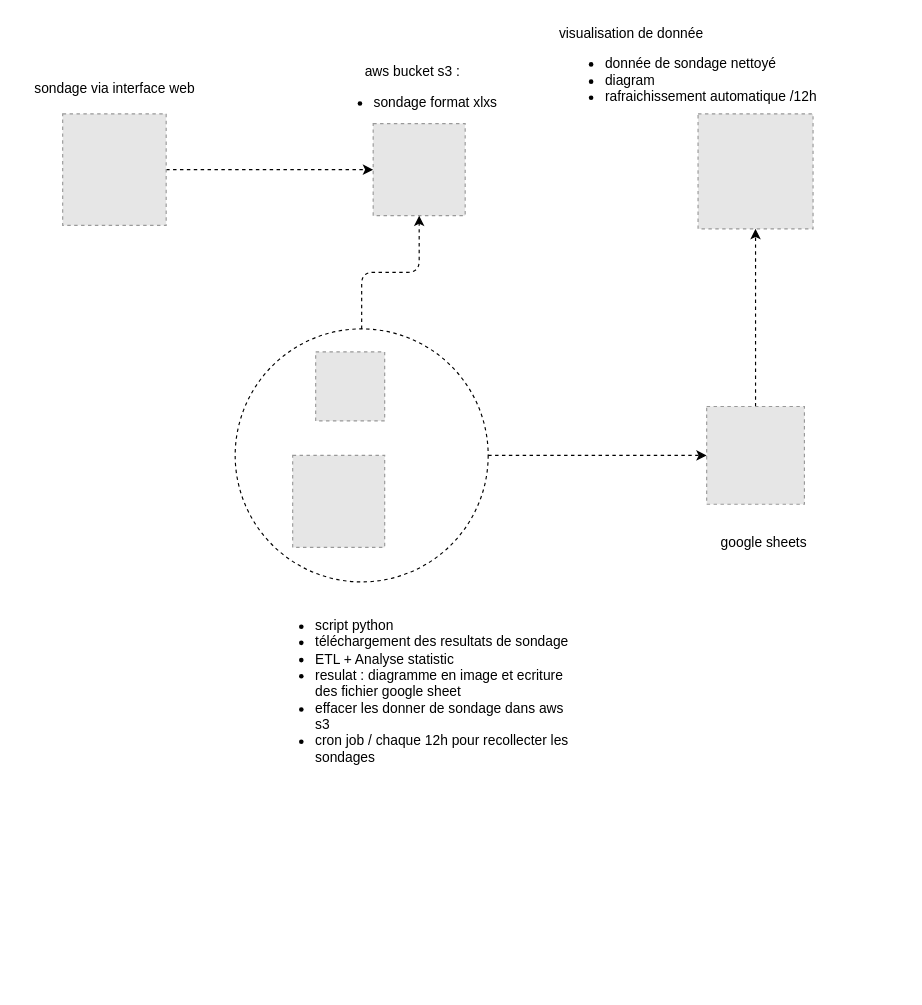
Earlier version of the draw.io diagram architecture.drawio (TsioryRasoloarijaona/preomotion_sondage). Source tidied: cells renumbered, new cells numbered last; positions are measured from the earlier drawing's top-left corner, leaving out a move shared by most shapes. Both pictures are drawn from the tidied source at 115%, with x=0, y=0 at pixel (18, 20). Pictures stored in the file or linked from it are replaced by grey dashed boxes.
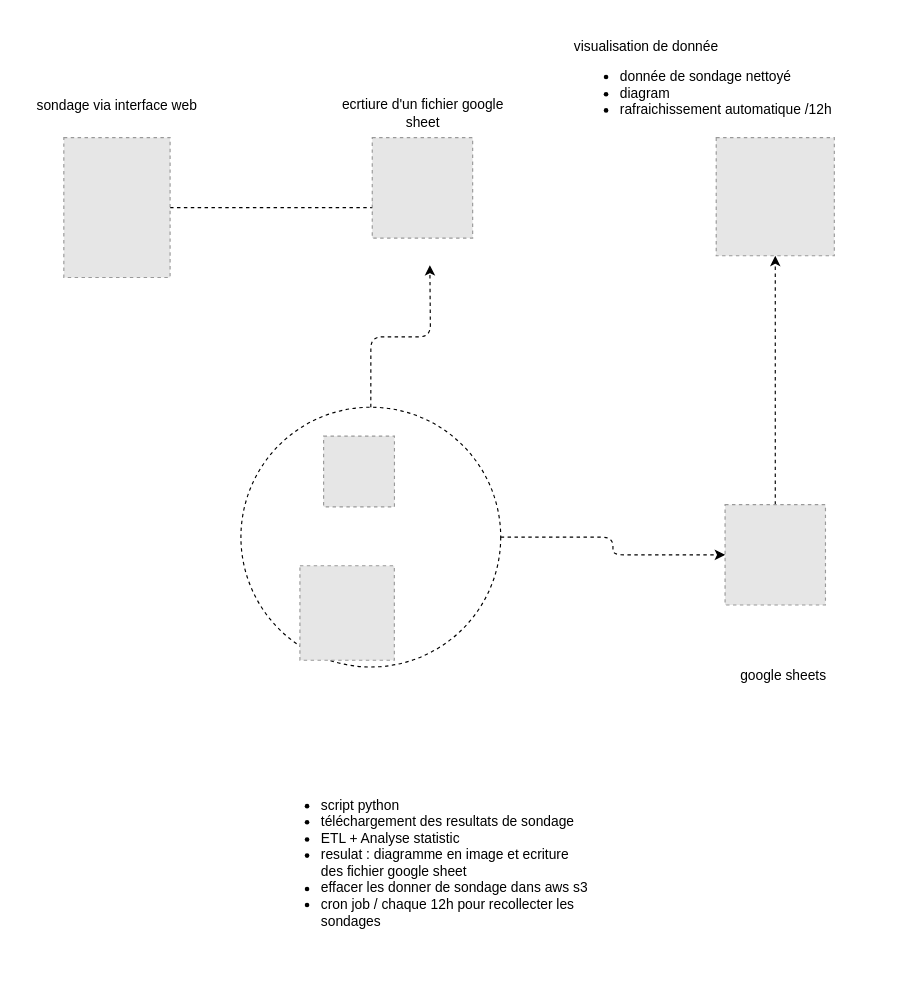
The same page after the edit.

What changed in the source:
```diff
@@
-<mxGraphModel>
+<mxGraphModel background="#ffffff">
@@
-    <mxCell id="2" style="group;" parent="1" vertex="1">
-      <mxGeometry x="0.5" width="747.5" height="670" as="geometry" />
+    <mxCell id="2" style="group;labelBackgroundColor=none;" parent="1" vertex="1">
+      <mxGeometry x="0.5" width="767.5" height="840" as="geometry" />
     </mxCell>
-    <mxCell id="3" style="fillColor=#E6E6E6;strokeColor=#999999;dashed=1;verticalLabelPosition=bottom;verticalAlign=top;" parent="2" vertex="1">
-      <mxGeometry x="307.5" y="90" width="80" height="80" as="geometry" />
-    </mxCell>
-    <mxCell id="4" style="edgeStyle=orthogonalEdgeStyle;html=1;exitX=1;exitY=0.5;exitDx=0;exitDy=0;entryX=0;entryY=0.5;entryDx=0;entryDy=0;dashed=1;" parent="2" edge="1" source="5" target="3">
-      <mxGeometry relative="1" as="geometry" />
+    <mxCell id="4" style="edgeStyle=orthogonalEdgeStyle;html=1;exitX=1;exitY=0.5;exitDx=0;exitDy=0;entryX=0;entryY=0.5;entryDx=0;entryDy=0;dashed=1;labelBackgroundColor=none;" parent="2" edge="1" source="5">
+      <mxGeometry relative="1" as="geometry">
+        <mxPoint x="315.7" y="163" as="targetPoint" />
+      </mxGeometry>
     </mxCell>
-    <mxCell id="5" style="fillColor=#E6E6E6;strokeColor=#999999;dashed=1;verticalLabelPosition=bottom;verticalAlign=top;" parent="2" vertex="1">
-      <mxGeometry x="37.5" y="81.5" width="90" height="97" as="geometry" />
+    <mxCell id="5" style="fillColor=#E6E6E6;strokeColor=#999999;dashed=1;verticalLabelPosition=bottom;verticalAlign=top;labelBackgroundColor=none;" parent="2" vertex="1">
+      <mxGeometry x="38.5" y="102.2" width="92.4" height="121.6" as="geometry" />
     </mxCell>
-    <mxCell id="6" style="group;" parent="2" vertex="1">
-      <mxGeometry x="187.5" y="268.5" width="220" height="220" as="geometry" />
+    <mxCell id="6" style="group;labelBackgroundColor=none;" parent="2" vertex="1">
+      <mxGeometry x="192.5" y="336.6" width="225.9" height="275.8" as="geometry" />
     </mxCell>
-    <mxCell id="7" style="ellipse;whiteSpace=wrap;html=1;fillColor=none;dashed=1;" parent="6" vertex="1">
-      <mxGeometry width="220" height="220" as="geometry" />
+    <mxCell id="7" style="ellipse;whiteSpace=wrap;html=1;fillColor=none;dashed=1;labelBackgroundColor=none;" parent="6" vertex="1">
+      <mxGeometry width="225.9" height="225.9" as="geometry" />
     </mxCell>
-    <mxCell id="8" style="fillColor=#E6E6E6;strokeColor=#999999;dashed=1;verticalLabelPosition=bottom;labelBackgroundColor=default;verticalAlign=top;" parent="6" vertex="1">
-      <mxGeometry x="70" y="20" width="60" height="60" as="geometry" />
+    <mxCell id="8" style="fillColor=#E6E6E6;strokeColor=#999999;dashed=1;verticalLabelPosition=bottom;labelBackgroundColor=none;verticalAlign=top;" parent="6" vertex="1">
+      <mxGeometry x="71.9" y="25.1" width="61.6" height="61.6" as="geometry" />
     </mxCell>
-    <mxCell id="9" style="fillColor=#E6E6E6;strokeColor=#999999;dashed=1;verticalLabelPosition=bottom;labelBackgroundColor=default;verticalAlign=top;" parent="6" vertex="1">
-      <mxGeometry x="50" y="110" width="80" height="80" as="geometry" />
+    <mxCell id="9" style="fillColor=#E6E6E6;strokeColor=#999999;dashed=1;verticalLabelPosition=bottom;labelBackgroundColor=none;verticalAlign=top;" parent="6" vertex="1">
+      <mxGeometry x="51.3" y="137.9" width="82.1" height="82.1" as="geometry" />
     </mxCell>
-    <mxCell id="10" style="edgeStyle=orthogonalEdgeStyle;html=1;exitX=0.5;exitY=0;exitDx=0;exitDy=0;entryX=0.5;entryY=1;entryDx=0;entryDy=0;dashed=1;" parent="2" edge="1" source="7" target="3">
-      <mxGeometry relative="1" as="geometry" />
+    <mxCell id="10" style="edgeStyle=orthogonalEdgeStyle;html=1;exitX=0.5;exitY=0;exitDx=0;exitDy=0;entryX=0.5;entryY=1;entryDx=0;entryDy=0;dashed=1;labelBackgroundColor=none;" parent="2" edge="1" source="7">
+      <mxGeometry relative="1" as="geometry">
+        <mxPoint x="356.8" y="213.1" as="targetPoint" />
+      </mxGeometry>
     </mxCell>
-    <mxCell id="11" style="edgeStyle=orthogonalEdgeStyle;html=1;exitX=0.5;exitY=0;exitDx=0;exitDy=0;entryX=0.5;entryY=1;entryDx=0;entryDy=0;dashed=1;" parent="2" edge="1" source="12" target="14">
+    <mxCell id="11" style="edgeStyle=orthogonalEdgeStyle;html=1;exitX=0.5;exitY=0;exitDx=0;exitDy=0;entryX=0.5;entryY=1;entryDx=0;entryDy=0;dashed=1;labelBackgroundColor=none;" parent="2" edge="1" source="12" target="14">
       <mxGeometry relative="1" as="geometry" />
     </mxCell>
-    <mxCell id="12" style="fillColor=#E6E6E6;strokeColor=#999999;dashed=1;verticalLabelPosition=bottom;labelBackgroundColor=default;verticalAlign=top;" parent="2" vertex="1">
-      <mxGeometry x="597.5" y="336" width="85" height="85" as="geometry" />
+    <mxCell id="12" style="fillColor=#E6E6E6;strokeColor=#999999;dashed=1;verticalLabelPosition=bottom;labelBackgroundColor=none;verticalAlign=top;" parent="2" vertex="1">
+      <mxGeometry x="613.5" y="421.3" width="87.3" height="87.3" as="geometry" />
     </mxCell>
-    <mxCell id="13" style="edgeStyle=orthogonalEdgeStyle;html=1;exitX=1;exitY=0.5;exitDx=0;exitDy=0;dashed=1;" parent="2" edge="1" source="7" target="12">
+    <mxCell id="13" style="edgeStyle=orthogonalEdgeStyle;html=1;exitX=1;exitY=0.5;exitDx=0;exitDy=0;dashed=1;labelBackgroundColor=none;" parent="2" edge="1" source="7" target="12">
       <mxGeometry relative="1" as="geometry" />
     </mxCell>
-    <mxCell id="14" style="fillColor=#E6E6E6;strokeColor=#999999;dashed=1;verticalLabelPosition=bottom;labelBackgroundColor=default;verticalAlign=top;" parent="2" vertex="1">
-      <mxGeometry x="590" y="81.5" width="100" height="100" as="geometry" />
+    <mxCell id="14" style="fillColor=#E6E6E6;strokeColor=#999999;dashed=1;verticalLabelPosition=bottom;labelBackgroundColor=none;verticalAlign=top;" parent="2" vertex="1">
+      <mxGeometry x="605.8" y="102.2" width="102.7" height="102.7" as="geometry" />
     </mxCell>
-    <mxCell id="15" value="sondage via interface web" style="rounded=0;whiteSpace=wrap;html=1;fillColor=none;strokeColor=none;" parent="2" vertex="1">
-      <mxGeometry y="30" width="165" height="60" as="geometry" />
+    <mxCell id="15" value="sondage via interface web" style="rounded=0;whiteSpace=wrap;html=1;fillColor=none;strokeColor=none;labelBackgroundColor=none;" parent="2" vertex="1">
+      <mxGeometry y="37.6" width="169.4" height="75.2" as="geometry" />
     </mxCell>
-    <mxCell id="16" value="aws bucket s3 :&lt;div&gt;&lt;ul&gt;&lt;li&gt;sondage format xlxs&lt;/li&gt;&lt;/ul&gt;&lt;/div&gt;" style="rounded=0;whiteSpace=wrap;html=1;fillColor=none;strokeColor=none;align=center;" parent="2" vertex="1">
-      <mxGeometry x="265" y="38.5" width="152.5" height="51.5" as="geometry" />
+    <mxCell id="16" value="ecrtiure d'un fichier google sheet" style="rounded=0;whiteSpace=wrap;html=1;fillColor=none;strokeColor=none;align=center;labelBackgroundColor=none;" parent="2" vertex="1">
+      <mxGeometry x="272.1" y="48.3" width="156.6" height="64.6" as="geometry" />
     </mxCell>
-    <mxCell id="17" value="&lt;ul&gt;&lt;li&gt;script python&amp;nbsp;&lt;/li&gt;&lt;li&gt;&lt;span style=&quot;background-color: transparent;&quot;&gt;téléchargement des resultats de sondage&lt;/span&gt;&lt;/li&gt;&lt;li&gt;ETL + Analyse statistic&lt;/li&gt;&lt;li&gt;resulat : diagramme en image et ecriture des fichier google sheet&lt;/li&gt;&lt;li&gt;effacer les donner de sondage dans aws s3&lt;/li&gt;&lt;li&gt;cron job / chaque 12h pour recollecter les sondages&lt;/li&gt;&lt;/ul&gt;" style="rounded=0;whiteSpace=wrap;html=1;fillColor=none;strokeColor=none;align=left;" parent="2" vertex="1">
-      <mxGeometry x="215" y="498.5" width="272.5" height="171.5" as="geometry" />
+    <mxCell id="17" value="&lt;ul&gt;&lt;li&gt;script python&amp;nbsp;&lt;/li&gt;&lt;li&gt;&lt;span style=&quot;&quot;&gt;téléchargement des resultats de sondage&lt;/span&gt;&lt;/li&gt;&lt;li&gt;ETL + Analyse statistic&lt;/li&gt;&lt;li&gt;resulat : diagramme en image et ecriture des fichier google sheet&lt;/li&gt;&lt;li&gt;effacer les donner de sondage dans aws s3&lt;/li&gt;&lt;li&gt;cron job / chaque 12h pour recollecter les sondages&lt;/li&gt;&lt;/ul&gt;" style="rounded=0;whiteSpace=wrap;html=1;fillColor=none;strokeColor=none;align=left;labelBackgroundColor=none;" parent="2" vertex="1">
+      <mxGeometry x="220.8" y="625" width="279.8" height="215" as="geometry" />
     </mxCell>
-    <mxCell id="18" value="google sheets" style="rounded=0;whiteSpace=wrap;html=1;fillColor=none;strokeColor=none;" parent="2" vertex="1">
-      <mxGeometry x="567.5" y="440" width="160" height="30" as="geometry" />
+    <mxCell id="18" value="google sheets" style="rounded=0;whiteSpace=wrap;html=1;fillColor=none;strokeColor=none;labelBackgroundColor=none;" parent="2" vertex="1">
+      <mxGeometry x="582.7" y="551.6" width="164.3" height="37.6" as="geometry" />
     </mxCell>
-    <mxCell id="19" value="visualisation de donnée&lt;div&gt;&lt;ul&gt;&lt;li&gt;donnée de sondage nettoyé&lt;/li&gt;&lt;li&gt;diagram&lt;/li&gt;&lt;li&gt;rafraichissement automatique /12h&lt;/li&gt;&lt;/ul&gt;&lt;/div&gt;" style="rounded=0;whiteSpace=wrap;html=1;fillColor=none;strokeColor=none;align=left;" parent="2" vertex="1">
-      <mxGeometry x="467.5" width="280" height="90" as="geometry" />
+    <mxCell id="19" value="visualisation de donnée&lt;div&gt;&lt;ul&gt;&lt;li&gt;donnée de sondage nettoyé&lt;/li&gt;&lt;li&gt;diagram&lt;/li&gt;&lt;li&gt;rafraichissement automatique /12h&lt;/li&gt;&lt;/ul&gt;&lt;/div&gt;" style="rounded=0;whiteSpace=wrap;html=1;fillColor=none;strokeColor=none;align=left;labelBackgroundColor=none;" parent="2" vertex="1">
+      <mxGeometry x="480" width="287.5" height="112.8" as="geometry" />
     </mxCell>
+    <mxCell id="20" style="fillColor=#E6E6E6;strokeColor=#999999;dashed=1;verticalLabelPosition=bottom;labelBackgroundColor=none;verticalAlign=top;" parent="2" vertex="1">
+      <mxGeometry x="306.7" y="102.2" width="87.3" height="87.3" as="geometry" />
+    </mxCell>
```
